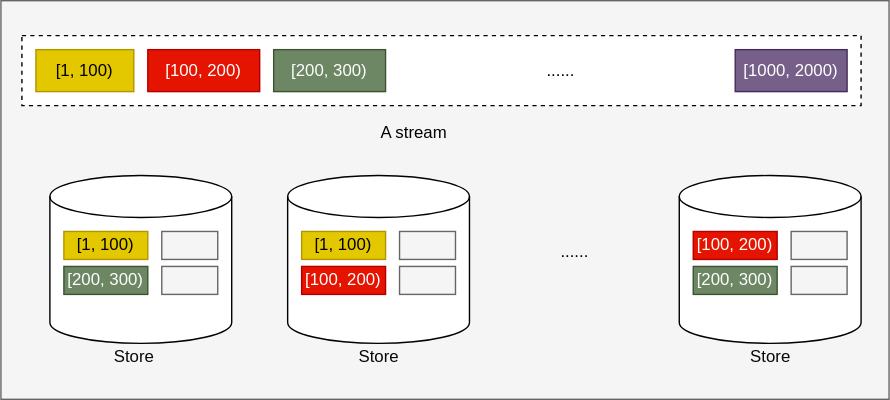
The draw.io diagram docs/images/stream-engine-segments.drawio.svg in engula/engula, before a commit. Source tidied: cells renumbered, new cells last; positions are measured from the earlier drawing's top-left corner, leaving out a move shared by most shapes.
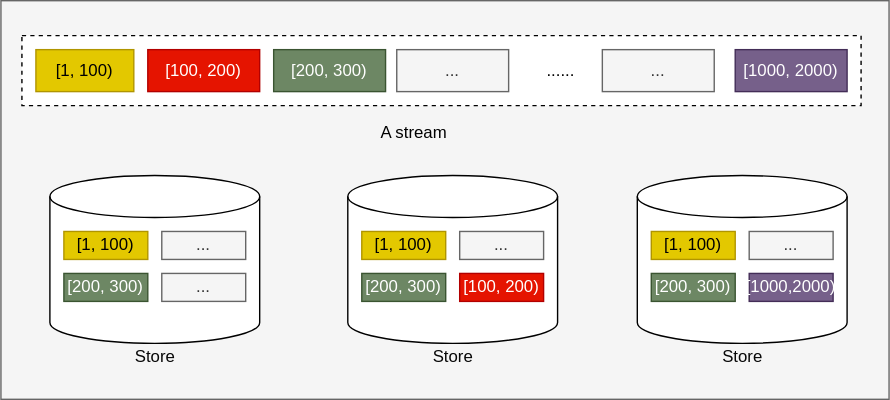
The same file after the commit.

Change to the diagram source:
```diff
@@ -20,68 +20,71 @@
     <mxCell id="7" value="[1000, 2000)" style="rounded=0;whiteSpace=wrap;html=1;fillColor=#76608a;fontColor=#ffffff;strokeColor=#432D57;" parent="1" vertex="1">
       <mxGeometry x="525" y="35" width="80" height="30" as="geometry" />
     </mxCell>
-    <mxCell id="8" value="A stream" style="text;html=1;align=center;verticalAlign=middle;fillColor=none;strokeColor=none;rounded=0;" parent="1" vertex="1">
+    <mxCell id="8" value="A stream" style="text;html=1;align=center;verticalAlign=middle;fillColor=none;strokeColor=none;rounded=0;fontColor=#000000;" parent="1" vertex="1">
       <mxGeometry x="265" y="85" width="60" height="20" as="geometry" />
     </mxCell>
     <mxCell id="9" style="shape=cylinder3;whiteSpace=wrap;html=1;boundedLbl=1;backgroundOutline=1;size=15;" parent="1" vertex="1">
-      <mxGeometry x="35" y="125" width="130" height="120" as="geometry" />
+      <mxGeometry x="35" y="125" width="150" height="120" as="geometry" />
     </mxCell>
-    <mxCell id="10" style="shape=cylinder3;whiteSpace=wrap;html=1;boundedLbl=1;backgroundOutline=1;size=15;" parent="1" vertex="1">
-      <mxGeometry x="205" y="125" width="130" height="120" as="geometry" />
-    </mxCell>
-    <mxCell id="11" style="shape=cylinder3;whiteSpace=wrap;html=1;boundedLbl=1;backgroundOutline=1;size=15;" parent="1" vertex="1">
-      <mxGeometry x="485" y="125" width="130" height="120" as="geometry" />
-    </mxCell>
     <mxCell id="12" value="......" style="text;html=1;align=center;verticalAlign=middle;fillColor=none;strokeColor=none;rounded=0;" parent="1" vertex="1">
       <mxGeometry x="380" y="40" width="40" height="20" as="geometry" />
     </mxCell>
-    <mxCell id="13" value="......" style="text;html=1;align=center;verticalAlign=middle;fillColor=none;strokeColor=none;rounded=0;" parent="1" vertex="1">
-      <mxGeometry x="390" y="170" width="40" height="20" as="geometry" />
-    </mxCell>
     <mxCell id="14" value="[1, 100)" style="rounded=0;whiteSpace=wrap;html=1;fillColor=#e3c800;fontColor=#000000;strokeColor=#B09500;" parent="1" vertex="1">
       <mxGeometry x="45" y="165" width="60" height="20" as="geometry" />
     </mxCell>
-    <mxCell id="15" value="[1, 100)" style="rounded=0;whiteSpace=wrap;html=1;fillColor=#e3c800;fontColor=#000000;strokeColor=#B09500;" parent="1" vertex="1">
-      <mxGeometry x="215" y="165" width="60" height="20" as="geometry" />
-    </mxCell>
-    <mxCell id="16" value="[100, 200)" style="rounded=0;whiteSpace=wrap;html=1;fillColor=#e51400;fontColor=#ffffff;strokeColor=#B20000;" parent="1" vertex="1">
-      <mxGeometry x="495" y="165" width="60" height="20" as="geometry" />
-    </mxCell>
-    <mxCell id="17" value="[100, 200)" style="rounded=0;whiteSpace=wrap;html=1;fillColor=#e51400;fontColor=#ffffff;strokeColor=#B20000;" parent="1" vertex="1">
-      <mxGeometry x="215" y="190" width="60" height="20" as="geometry" />
-    </mxCell>
     <mxCell id="18" value="[200, 300)" style="rounded=0;whiteSpace=wrap;html=1;fillColor=#6d8764;strokeColor=#3A5431;fontColor=#ffffff;" parent="1" vertex="1">
-      <mxGeometry x="45" y="190" width="60" height="20" as="geometry" />
+      <mxGeometry x="45" y="195" width="60" height="20" as="geometry" />
     </mxCell>
-    <mxCell id="19" value="[200, 300)" style="rounded=0;whiteSpace=wrap;html=1;fillColor=#6d8764;strokeColor=#3A5431;fontColor=#ffffff;" parent="1" vertex="1">
-      <mxGeometry x="495" y="190" width="60" height="20" as="geometry" />
-    </mxCell>
-    <mxCell id="20" style="rounded=0;whiteSpace=wrap;html=1;fillColor=#f5f5f5;strokeColor=#666666;fontColor=#333333;" parent="1" vertex="1">
-      <mxGeometry x="285" y="165" width="40" height="20" as="geometry" />
-    </mxCell>
-    <mxCell id="21" style="rounded=0;whiteSpace=wrap;html=1;fillColor=#f5f5f5;strokeColor=#666666;fontColor=#333333;" parent="1" vertex="1">
-      <mxGeometry x="285" y="190" width="40" height="20" as="geometry" />
-    </mxCell>
-    <mxCell id="22" style="rounded=0;whiteSpace=wrap;html=1;fillColor=#f5f5f5;strokeColor=#666666;fontColor=#333333;" parent="1" vertex="1">
-      <mxGeometry x="565" y="165" width="40" height="20" as="geometry" />
-    </mxCell>
-    <mxCell id="23" style="rounded=0;whiteSpace=wrap;html=1;fillColor=#f5f5f5;strokeColor=#666666;fontColor=#333333;" parent="1" vertex="1">
-      <mxGeometry x="565" y="190" width="40" height="20" as="geometry" />
-    </mxCell>
-    <mxCell id="24" style="rounded=0;whiteSpace=wrap;html=1;fillColor=#f5f5f5;strokeColor=#666666;fontColor=#333333;" parent="1" vertex="1">
-      <mxGeometry x="115" y="165" width="40" height="20" as="geometry" />
+    <mxCell id="24" value="..." style="rounded=0;whiteSpace=wrap;html=1;fillColor=#f5f5f5;strokeColor=#666666;fontColor=#333333;" parent="1" vertex="1">
+      <mxGeometry x="115" y="165" width="60" height="20" as="geometry" />
     </mxCell>
-    <mxCell id="25" style="rounded=0;whiteSpace=wrap;html=1;fillColor=#f5f5f5;strokeColor=#666666;fontColor=#333333;" parent="1" vertex="1">
-      <mxGeometry x="115" y="190" width="40" height="20" as="geometry" />
+    <mxCell id="25" value="..." style="rounded=0;whiteSpace=wrap;html=1;fillColor=#f5f5f5;strokeColor=#666666;fontColor=#333333;" parent="1" vertex="1">
+      <mxGeometry x="115" y="195" width="60" height="20" as="geometry" />
     </mxCell>
     <mxCell id="26" value="Store&lt;br&gt;" style="text;html=1;align=center;verticalAlign=middle;strokeColor=none;fillColor=none;fontColor=#080808;" parent="1" vertex="1">
-      <mxGeometry x="75" y="245" width="40" height="20" as="geometry" />
+      <mxGeometry x="90" y="245" width="40" height="20" as="geometry" />
     </mxCell>
-    <mxCell id="27" value="Store&lt;br&gt;" style="text;html=1;align=center;verticalAlign=middle;strokeColor=none;fillColor=none;fontColor=#080808;" parent="1" vertex="1">
-      <mxGeometry x="250" y="245" width="40" height="20" as="geometry" />
-    </mxCell>
-    <mxCell id="28" value="Store&lt;br&gt;" style="text;html=1;align=center;verticalAlign=middle;strokeColor=none;fillColor=none;fontColor=#080808;" parent="1" vertex="1">
-      <mxGeometry x="530" y="245" width="40" height="20" as="geometry" />
-    </mxCell>
+    <mxCell id="29" style="shape=cylinder3;whiteSpace=wrap;html=1;boundedLbl=1;backgroundOutline=1;size=15;" parent="1" vertex="1">
+      <mxGeometry x="248" y="125" width="150" height="120" as="geometry" />
+    </mxCell>
+    <mxCell id="30" value="[1, 100)" style="rounded=0;whiteSpace=wrap;html=1;fillColor=#e3c800;fontColor=#000000;strokeColor=#B09500;" parent="1" vertex="1">
+      <mxGeometry x="258" y="165" width="60" height="20" as="geometry" />
+    </mxCell>
+    <mxCell id="31" value="[200, 300)" style="rounded=0;whiteSpace=wrap;html=1;fillColor=#6d8764;strokeColor=#3A5431;fontColor=#ffffff;" parent="1" vertex="1">
+      <mxGeometry x="258" y="195" width="60" height="20" as="geometry" />
+    </mxCell>
+    <mxCell id="32" value="..." style="rounded=0;whiteSpace=wrap;html=1;fillColor=#f5f5f5;strokeColor=#666666;fontColor=#333333;" parent="1" vertex="1">
+      <mxGeometry x="328" y="165" width="60" height="20" as="geometry" />
+    </mxCell>
+    <mxCell id="33" value="[100, 200)" style="rounded=0;whiteSpace=wrap;html=1;fillColor=#e51400;strokeColor=#B20000;fontColor=#ffffff;" parent="1" vertex="1">
+      <mxGeometry x="328" y="195" width="60" height="20" as="geometry" />
+    </mxCell>
+    <mxCell id="34" value="Store&lt;br&gt;" style="text;html=1;align=center;verticalAlign=middle;strokeColor=none;fillColor=none;fontColor=#080808;" parent="1" vertex="1">
+      <mxGeometry x="303" y="245" width="40" height="20" as="geometry" />
+    </mxCell>
+    <mxCell id="35" style="shape=cylinder3;whiteSpace=wrap;html=1;boundedLbl=1;backgroundOutline=1;size=15;" parent="1" vertex="1">
+      <mxGeometry x="455" y="125" width="150" height="120" as="geometry" />
+    </mxCell>
+    <mxCell id="36" value="[1, 100)" style="rounded=0;whiteSpace=wrap;html=1;fillColor=#e3c800;fontColor=#000000;strokeColor=#B09500;" parent="1" vertex="1">
+      <mxGeometry x="465" y="165" width="60" height="20" as="geometry" />
+    </mxCell>
+    <mxCell id="37" value="[200, 300)" style="rounded=0;whiteSpace=wrap;html=1;fillColor=#6d8764;strokeColor=#3A5431;fontColor=#ffffff;" parent="1" vertex="1">
+      <mxGeometry x="465" y="195" width="60" height="20" as="geometry" />
+    </mxCell>
+    <mxCell id="38" value="..." style="rounded=0;whiteSpace=wrap;html=1;fillColor=#f5f5f5;strokeColor=#666666;fontColor=#333333;" parent="1" vertex="1">
+      <mxGeometry x="535" y="165" width="60" height="20" as="geometry" />
+    </mxCell>
+    <mxCell id="39" value="[1000,2000)" style="rounded=0;whiteSpace=wrap;html=1;fillColor=#76608a;strokeColor=#432D57;fontColor=#ffffff;" parent="1" vertex="1">
+      <mxGeometry x="535" y="195" width="60" height="20" as="geometry" />
+    </mxCell>
+    <mxCell id="40" value="Store&lt;br&gt;" style="text;html=1;align=center;verticalAlign=middle;strokeColor=none;fillColor=none;fontColor=#080808;" parent="1" vertex="1">
+      <mxGeometry x="510" y="245" width="40" height="20" as="geometry" />
+    </mxCell>
+    <mxCell id="41" value="..." style="rounded=0;whiteSpace=wrap;html=1;fillColor=#f5f5f5;strokeColor=#666666;fontColor=#333333;" parent="1" vertex="1">
+      <mxGeometry x="283" y="35" width="80" height="30" as="geometry" />
+    </mxCell>
+    <mxCell id="42" value="..." style="rounded=0;whiteSpace=wrap;html=1;fillColor=#f5f5f5;strokeColor=#666666;fontColor=#333333;" parent="1" vertex="1">
+      <mxGeometry x="430" y="35" width="80" height="30" as="geometry" />
+    </mxCell>
   </root>
 </mxGraphModel>
```
